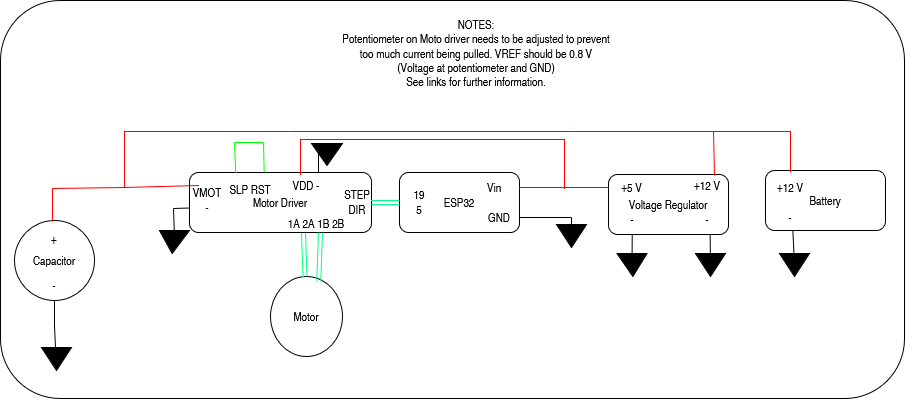
Earlier version of the draw.io export media/goodboy_schematic.png (owenpkent/Project-good-boy). Source tidied: cells renumbered, new cells last; positions are measured from the earlier drawing's top-left corner, leaving out a move shared by most shapes.
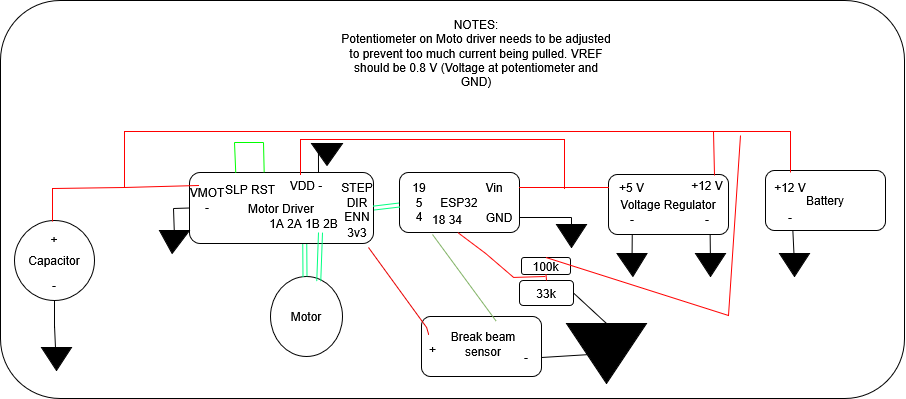
The same diagram one commit later.

The edit, as a diff of the source:
```diff
@@ -12,7 +12,7 @@
       <mxGeometry x="765" y="170" width="120" height="60" as="geometry" />
     </mxCell>
     <mxCell id="5" value="Motor Driver" style="rounded=1;whiteSpace=wrap;html=1;" parent="1" vertex="1">
-      <mxGeometry x="189" y="172" width="182" height="60" as="geometry" />
+      <mxGeometry x="189" y="172" width="184" height="71" as="geometry" />
     </mxCell>
     <mxCell id="6" value="Motor" style="ellipse;whiteSpace=wrap;html=1;" parent="1" vertex="1">
       <mxGeometry x="270" y="276" width="72" height="80" as="geometry" />
@@ -29,7 +29,7 @@
     <mxCell id="10" value="GND" style="text;html=1;align=center;verticalAlign=middle;whiteSpace=wrap;rounded=0;" parent="1" vertex="1">
       <mxGeometry x="469" y="202" width="60" height="30" as="geometry" />
     </mxCell>
-    <mxCell id="11" value="&lt;div&gt;19&lt;/div&gt;&lt;div&gt;5&lt;/div&gt;" style="text;html=1;align=center;verticalAlign=middle;whiteSpace=wrap;rounded=0;" parent="1" vertex="1">
+    <mxCell id="11" value="&lt;div&gt;19&lt;/div&gt;&lt;div&gt;5&lt;/div&gt;&lt;div&gt;4&lt;/div&gt;" style="text;html=1;align=center;verticalAlign=middle;whiteSpace=wrap;rounded=0;" parent="1" vertex="1">
       <mxGeometry x="399" y="187" width="40" height="30" as="geometry" />
     </mxCell>
     <mxCell id="12" value="Capacitor" style="ellipse;whiteSpace=wrap;html=1;" parent="1" vertex="1">
@@ -114,7 +114,7 @@
     <mxCell id="33" style="verticalLabelPosition=bottom;verticalAlign=top;html=1;shape=mxgraph.basic.acute_triangle;dx=0.5;rotation=-180;fillColor=light-dark(#000000, #ededed);" parent="1" vertex="1">
       <mxGeometry x="556" y="224" width="30" height="23" as="geometry" />
     </mxCell>
-    <mxCell id="34" value="&lt;div&gt;STEP&lt;/div&gt;&lt;div&gt;DIR&lt;/div&gt;" style="text;html=1;whiteSpace=wrap;strokeColor=none;fillColor=none;align=center;verticalAlign=middle;rounded=0;" parent="1" vertex="1">
+    <mxCell id="34" value="&lt;div&gt;STEP&lt;/div&gt;&lt;div&gt;DIR&lt;/div&gt;&lt;div&gt;ENN&lt;/div&gt;" style="text;html=1;whiteSpace=wrap;strokeColor=none;fillColor=none;align=center;verticalAlign=middle;rounded=0;" parent="1" vertex="1">
       <mxGeometry x="327" y="187" width="60" height="30" as="geometry" />
     </mxCell>
     <mxCell id="35" style="endArrow=none;html=1;rounded=0;strokeColor=#FF0000;" parent="1" edge="1">
@@ -129,7 +129,7 @@
       </mxGeometry>
     </mxCell>
     <mxCell id="37" value="1A 2A 1B 2B" style="text;html=1;whiteSpace=wrap;strokeColor=none;fillColor=none;align=center;verticalAlign=middle;rounded=0;" parent="1" vertex="1">
-      <mxGeometry x="286" y="208" width="60" height="30" as="geometry" />
+      <mxGeometry x="261" y="208" width="85" height="30" as="geometry" />
     </mxCell>
     <mxCell id="38" value="VDD -" style="text;html=1;whiteSpace=wrap;strokeColor=none;fillColor=none;align=center;verticalAlign=middle;rounded=0;" parent="1" vertex="1">
       <mxGeometry x="276" y="170" width="60" height="30" as="geometry" />
@@ -142,7 +142,7 @@
         <mxPoint x="124" y="187" as="sourcePoint" />
       </mxGeometry>
     </mxCell>
-    <mxCell id="41" value="NOTES:&lt;br&gt;&lt;div&gt;Potentiometer on Moto driver needs to be adjusted to prevent too much current being pulled. VREF should be 0.8 V (Voltage at potentiometer and GND)&lt;/div&gt;&lt;div&gt;See links for further information.&lt;/div&gt;" style="text;html=1;whiteSpace=wrap;strokeColor=none;fillColor=none;align=center;verticalAlign=middle;rounded=0;" parent="1" vertex="1">
+    <mxCell id="41" value="NOTES:&lt;br&gt;&lt;div&gt;Potentiometer on Moto driver needs to be adjusted to prevent too much current being pulled. VREF should be 0.8 V (Voltage at potentiometer and GND)&lt;/div&gt;" style="text;html=1;whiteSpace=wrap;strokeColor=none;fillColor=none;align=center;verticalAlign=middle;rounded=0;" parent="1" vertex="1">
       <mxGeometry x="340" y="8" width="272" height="89" as="geometry" />
     </mxCell>
     <mxCell id="42" style="endArrow=none;html=1;rounded=0;fontSize=12;startSize=8;endSize=8;curved=1;strokeColor=#FF0000;exitX=0;exitY=0.5;exitDx=0;exitDy=0;" parent="1" edge="1" source="21" target="9">
@@ -245,5 +245,67 @@
         <mxPoint x="300" y="139" as="targetPoint" />
       </mxGeometry>
     </mxCell>
+    <mxCell id="63" value="18 34" style="text;html=1;whiteSpace=wrap;strokeColor=none;fillColor=none;align=center;verticalAlign=middle;rounded=0;" parent="1" vertex="1">
+      <mxGeometry x="417" y="204" width="60" height="30" as="geometry" />
+    </mxCell>
+    <mxCell id="64" style="rounded=1;whiteSpace=wrap;html=1;" parent="1" vertex="1">
+      <mxGeometry x="421" y="316" width="120" height="60" as="geometry" />
+    </mxCell>
+    <mxCell id="65" value="Break beam sensor" style="text;html=1;whiteSpace=wrap;strokeColor=none;fillColor=none;align=center;verticalAlign=middle;rounded=0;" parent="1" vertex="1">
+      <mxGeometry x="435" y="329" width="96" height="30" as="geometry" />
+    </mxCell>
+    <mxCell id="66" style="endArrow=none;html=1;rounded=0;entryX=0.25;entryY=1;entryDx=0;entryDy=0;exitX=0.621;exitY=0.074;exitDx=0;exitDy=0;exitPerimeter=0;fillColor=#d5e8d4;strokeColor=#82b366;" parent="1" edge="1" source="64" target="63">
+      <mxGeometry relative="1" as="geometry" />
+    </mxCell>
+    <mxCell id="67" value="+" style="text;html=1;whiteSpace=wrap;strokeColor=none;fillColor=none;align=center;verticalAlign=middle;rounded=0;" parent="1" vertex="1">
+      <mxGeometry x="421" y="334" width="23" height="30" as="geometry" />
+    </mxCell>
+    <mxCell id="68" value="-" style="text;html=1;whiteSpace=wrap;strokeColor=none;fillColor=none;align=center;verticalAlign=middle;rounded=0;" parent="1" vertex="1">
+      <mxGeometry x="511" y="342" width="30" height="30" as="geometry" />
+    </mxCell>
+    <mxCell id="69" style="endArrow=none;html=1;rounded=0;exitX=1;exitY=0.5;exitDx=0;exitDy=0;" parent="1" edge="1" source="68" target="70">
+      <mxGeometry relative="1" as="geometry" />
+    </mxCell>
+    <mxCell id="70" style="triangle;whiteSpace=wrap;html=1;fillStyle=solid;fillColor=#000000;rotation=90;" parent="1" vertex="1">
+      <mxGeometry x="576" y="313" width="60" height="80" as="geometry" />
+    </mxCell>
+    <mxCell id="71" style="endArrow=none;html=1;rounded=0;fillColor=#FF0000;strokeColor=#E70000;" parent="1" edge="1" source="67" target="72">
+      <mxGeometry relative="1" as="geometry">
+        <Array as="points">
+          <mxPoint x="426" y="327" />
+        </Array>
+      </mxGeometry>
+    </mxCell>
+    <mxCell id="72" value="3v3" style="text;html=1;whiteSpace=wrap;strokeColor=none;fillColor=none;align=center;verticalAlign=middle;rounded=0;" parent="1" vertex="1">
+      <mxGeometry x="327" y="217" width="60" height="30" as="geometry" />
+    </mxCell>
+    <mxCell id="73" value="100k" style="rounded=1;whiteSpace=wrap;html=1;" parent="1" vertex="1">
+      <mxGeometry x="521" y="257" width="49" height="17" as="geometry" />
+    </mxCell>
+    <mxCell id="74" value="33k" style="rounded=1;whiteSpace=wrap;html=1;" parent="1" vertex="1">
+      <mxGeometry x="519" y="280" width="54" height="25" as="geometry" />
+    </mxCell>
+    <mxCell id="75" style="endArrow=none;html=1;rounded=0;entryX=0.669;entryY=0.936;entryDx=0;entryDy=0;entryPerimeter=0;exitX=0.484;exitY=1.122;exitDx=0;exitDy=0;exitPerimeter=0;fillColor=#f8cecc;strokeColor=light-dark(#ff0909, #d7817e);" parent="1" edge="1" source="73" target="63">
+      <mxGeometry relative="1" as="geometry">
+        <Array as="points">
+          <mxPoint x="513" y="277" />
+          <mxPoint x="485" y="253" />
+        </Array>
+      </mxGeometry>
+    </mxCell>
+    <mxCell id="76" style="endArrow=none;html=1;rounded=0;entryX=0.5;entryY=1;entryDx=0;entryDy=0;exitX=0.5;exitY=0;exitDx=0;exitDy=0;strokeColor=#FF0000;" parent="1" edge="1" source="74" target="73">
+      <mxGeometry relative="1" as="geometry" />
+    </mxCell>
+    <mxCell id="77" style="endArrow=none;html=1;rounded=0;exitX=1;exitY=0.5;exitDx=0;exitDy=0;entryX=0;entryY=0.5;entryDx=0;entryDy=0;" parent="1" edge="1" source="74" target="70">
+      <mxGeometry relative="1" as="geometry" />
+    </mxCell>
+    <mxCell id="78" style="endArrow=none;html=1;rounded=0;exitX=0.5;exitY=0;exitDx=0;exitDy=0;strokeColor=#FF0000;" parent="1" edge="1" source="73">
+      <mxGeometry relative="1" as="geometry">
+        <mxPoint x="740" y="135" as="targetPoint" />
+        <Array as="points">
+          <mxPoint x="728" y="315" />
+        </Array>
+      </mxGeometry>
+    </mxCell>
   </root>
 </mxGraphModel>
```
